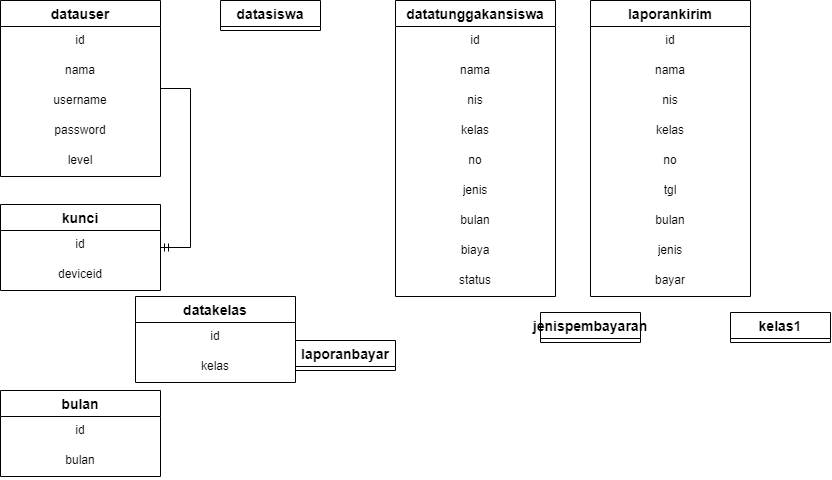
Above: ERD.drawio.png in Dityaren/Diagram (draw.io), before the change. Source tidied: cells renumbered, new cells last; positions are measured from the earlier drawing's top-left corner, leaving out a move shared by most shapes. Its diagram source:
```xml
<mxGraphModel>
  <root>
    <mxCell id="0" />
    <mxCell id="1" parent="0" />
    <mxCell id="2" value="datauser" style="swimlane;fontStyle=1;horizontal=1;startSize=26;align=center;fontSize=14;" parent="1" vertex="1">
      <mxGeometry width="160" height="176" as="geometry" />
    </mxCell>
    <mxCell id="3" value="id" style="text;strokeColor=none;fillColor=none;spacingLeft=4;spacingRight=4;overflow=hidden;fontSize=12;align=center;" parent="2" vertex="1">
      <mxGeometry y="26" width="160" height="30" as="geometry" />
    </mxCell>
    <mxCell id="4" value="nama" style="text;strokeColor=none;fillColor=none;spacingLeft=4;spacingRight=4;overflow=hidden;fontSize=12;align=center;" parent="2" vertex="1">
      <mxGeometry y="56" width="160" height="30" as="geometry" />
    </mxCell>
    <mxCell id="5" value="username" style="text;strokeColor=none;fillColor=none;spacingLeft=4;spacingRight=4;overflow=hidden;points=[[0,0.5],[1,0.5]];portConstraint=eastwest;fontSize=12;align=center;" parent="2" vertex="1">
      <mxGeometry y="86" width="160" height="30" as="geometry" />
    </mxCell>
    <mxCell id="6" value="password" style="text;strokeColor=none;fillColor=none;spacingLeft=4;spacingRight=4;overflow=hidden;fontSize=12;align=center;" parent="2" vertex="1">
      <mxGeometry y="116" width="160" height="30" as="geometry" />
    </mxCell>
    <mxCell id="7" value="level" style="text;strokeColor=none;fillColor=none;spacingLeft=4;spacingRight=4;overflow=hidden;fontSize=12;align=center;" parent="2" vertex="1">
      <mxGeometry y="146" width="160" height="30" as="geometry" />
    </mxCell>
    <mxCell id="8" value="kunci" style="swimlane;fontStyle=1;horizontal=1;startSize=26;align=center;fontSize=14;" parent="1" vertex="1">
      <mxGeometry y="204" width="160" height="86" as="geometry" />
    </mxCell>
    <mxCell id="9" value="id" style="text;strokeColor=none;fillColor=none;spacingLeft=4;spacingRight=4;overflow=hidden;fontSize=12;align=center;" parent="8" vertex="1">
      <mxGeometry y="26" width="160" height="30" as="geometry" />
    </mxCell>
    <mxCell id="10" value="deviceid" style="text;strokeColor=none;fillColor=none;spacingLeft=4;spacingRight=4;overflow=hidden;fontSize=12;align=center;" parent="8" vertex="1">
      <mxGeometry y="56" width="160" height="30" as="geometry" />
    </mxCell>
    <mxCell id="11" value="datakelas" style="swimlane;fontStyle=1;horizontal=1;startSize=26;align=center;fontSize=14;" parent="1" vertex="1">
      <mxGeometry x="135" y="296" width="160" height="86" as="geometry" />
    </mxCell>
    <mxCell id="12" value="id" style="text;strokeColor=none;fillColor=none;spacingLeft=4;spacingRight=4;overflow=hidden;fontSize=12;align=center;" parent="11" vertex="1">
      <mxGeometry y="26" width="160" height="30" as="geometry" />
    </mxCell>
    <mxCell id="13" value="kelas" style="text;strokeColor=none;fillColor=none;spacingLeft=4;spacingRight=4;overflow=hidden;points=[[0,0.5],[1,0.5]];portConstraint=eastwest;fontSize=12;align=center;" parent="11" vertex="1">
      <mxGeometry y="56" width="160" height="30" as="geometry" />
    </mxCell>
    <mxCell id="14" value="bulan" style="swimlane;fontStyle=1;horizontal=1;startSize=26;align=center;fontSize=14;" parent="1" vertex="1">
      <mxGeometry y="390" width="160" height="86" as="geometry" />
    </mxCell>
    <mxCell id="15" value="id" style="text;strokeColor=none;fillColor=none;spacingLeft=4;spacingRight=4;overflow=hidden;fontSize=12;align=center;" parent="14" vertex="1">
      <mxGeometry y="26" width="160" height="30" as="geometry" />
    </mxCell>
    <mxCell id="16" value="bulan" style="text;strokeColor=none;fillColor=none;spacingLeft=4;spacingRight=4;overflow=hidden;fontSize=12;align=center;" parent="14" vertex="1">
      <mxGeometry y="56" width="160" height="30" as="geometry" />
    </mxCell>
    <mxCell id="17" value="datasiswa" style="swimlane;fontStyle=1;horizontal=1;startSize=26;align=center;fontSize=14;" parent="1" vertex="1" collapsed="1">
      <mxGeometry x="220" width="100" height="30" as="geometry" />
    </mxCell>
    <mxCell id="18" value="laporanbayar" style="swimlane;fontStyle=1;horizontal=1;startSize=26;align=center;fontSize=14;" parent="1" vertex="1" collapsed="1">
      <mxGeometry x="295" y="340" width="100" height="30" as="geometry" />
    </mxCell>
    <mxCell id="19" value="laporankirim" style="swimlane;fontStyle=1;horizontal=1;startSize=26;align=center;fontSize=14;" parent="1" vertex="1">
      <mxGeometry x="590" width="160" height="296" as="geometry" />
    </mxCell>
    <mxCell id="20" value="id" style="text;strokeColor=none;fillColor=none;spacingLeft=4;spacingRight=4;overflow=hidden;fontSize=12;align=center;" parent="19" vertex="1">
      <mxGeometry y="26" width="160" height="30" as="geometry" />
    </mxCell>
    <mxCell id="21" value="nama" style="text;strokeColor=none;fillColor=none;spacingLeft=4;spacingRight=4;overflow=hidden;fontSize=12;align=center;" parent="19" vertex="1">
      <mxGeometry y="56" width="160" height="30" as="geometry" />
    </mxCell>
    <mxCell id="22" value="nis" style="text;strokeColor=none;fillColor=none;spacingLeft=4;spacingRight=4;overflow=hidden;fontSize=12;align=center;" parent="19" vertex="1">
      <mxGeometry y="86" width="160" height="30" as="geometry" />
    </mxCell>
    <mxCell id="23" value="kelas" style="text;strokeColor=none;fillColor=none;spacingLeft=4;spacingRight=4;overflow=hidden;fontSize=12;align=center;html=1;" parent="19" vertex="1">
      <mxGeometry y="116" width="160" height="30" as="geometry" />
    </mxCell>
    <mxCell id="24" value="no" style="text;strokeColor=none;fillColor=none;spacingLeft=4;spacingRight=4;overflow=hidden;fontSize=12;align=center;html=1;" parent="19" vertex="1">
      <mxGeometry y="146" width="160" height="30" as="geometry" />
    </mxCell>
    <mxCell id="25" value="tgl" style="text;strokeColor=none;fillColor=none;spacingLeft=4;spacingRight=4;overflow=hidden;fontSize=12;align=center;html=1;" parent="19" vertex="1">
      <mxGeometry y="176" width="160" height="30" as="geometry" />
    </mxCell>
    <mxCell id="26" value="bulan" style="text;strokeColor=none;fillColor=none;spacingLeft=4;spacingRight=4;overflow=hidden;fontSize=12;align=center;html=1;" parent="19" vertex="1">
      <mxGeometry y="206" width="160" height="30" as="geometry" />
    </mxCell>
    <mxCell id="27" value="jenis" style="text;strokeColor=none;fillColor=none;spacingLeft=4;spacingRight=4;overflow=hidden;fontSize=12;align=center;html=1;" parent="19" vertex="1">
      <mxGeometry y="236" width="160" height="30" as="geometry" />
    </mxCell>
    <mxCell id="28" value="bayar" style="text;strokeColor=none;fillColor=none;spacingLeft=4;spacingRight=4;overflow=hidden;fontSize=12;align=center;html=1;" parent="19" vertex="1">
      <mxGeometry y="266" width="160" height="30" as="geometry" />
    </mxCell>
    <mxCell id="29" value="kelas1" style="swimlane;fontStyle=1;horizontal=1;startSize=26;align=center;fontSize=14;" parent="1" vertex="1" collapsed="1">
      <mxGeometry x="730" y="312" width="100" height="30" as="geometry" />
    </mxCell>
    <mxCell id="30" value="datatunggakansiswa" style="swimlane;fontStyle=1;horizontal=1;startSize=26;align=center;fontSize=14;" parent="1" vertex="1">
      <mxGeometry x="395" width="160" height="296" as="geometry" />
    </mxCell>
    <mxCell id="31" value="id" style="text;strokeColor=none;fillColor=none;spacingLeft=4;spacingRight=4;overflow=hidden;fontSize=12;align=center;" parent="30" vertex="1">
      <mxGeometry y="26" width="160" height="30" as="geometry" />
    </mxCell>
    <mxCell id="32" value="nama" style="text;strokeColor=none;fillColor=none;spacingLeft=4;spacingRight=4;overflow=hidden;fontSize=12;align=center;" parent="30" vertex="1">
      <mxGeometry y="56" width="160" height="30" as="geometry" />
    </mxCell>
    <mxCell id="33" value="nis" style="text;strokeColor=none;fillColor=none;spacingLeft=4;spacingRight=4;overflow=hidden;fontSize=12;align=center;" parent="30" vertex="1">
      <mxGeometry y="86" width="160" height="30" as="geometry" />
    </mxCell>
    <mxCell id="34" value="kelas" style="text;strokeColor=none;fillColor=none;spacingLeft=4;spacingRight=4;overflow=hidden;fontSize=12;align=center;html=1;" parent="30" vertex="1">
      <mxGeometry y="116" width="160" height="30" as="geometry" />
    </mxCell>
    <mxCell id="35" value="no" style="text;strokeColor=none;fillColor=none;spacingLeft=4;spacingRight=4;overflow=hidden;fontSize=12;align=center;html=1;" parent="30" vertex="1">
      <mxGeometry y="146" width="160" height="30" as="geometry" />
    </mxCell>
    <mxCell id="36" value="jenis" style="text;strokeColor=none;fillColor=none;spacingLeft=4;spacingRight=4;overflow=hidden;fontSize=12;align=center;html=1;" parent="30" vertex="1">
      <mxGeometry y="176" width="160" height="30" as="geometry" />
    </mxCell>
    <mxCell id="37" value="bulan" style="text;strokeColor=none;fillColor=none;spacingLeft=4;spacingRight=4;overflow=hidden;fontSize=12;align=center;html=1;" parent="30" vertex="1">
      <mxGeometry y="206" width="160" height="30" as="geometry" />
    </mxCell>
    <mxCell id="38" value="biaya" style="text;strokeColor=none;fillColor=none;spacingLeft=4;spacingRight=4;overflow=hidden;fontSize=12;align=center;html=1;" parent="30" vertex="1">
      <mxGeometry y="236" width="160" height="30" as="geometry" />
    </mxCell>
    <mxCell id="39" value="status" style="text;strokeColor=none;fillColor=none;spacingLeft=4;spacingRight=4;overflow=hidden;fontSize=12;align=center;html=1;" parent="30" vertex="1">
      <mxGeometry y="266" width="160" height="30" as="geometry" />
    </mxCell>
    <mxCell id="40" value="jenispembayaran" style="swimlane;fontStyle=1;horizontal=1;startSize=26;align=center;fontSize=14;" parent="1" vertex="1" collapsed="1">
      <mxGeometry x="540" y="312" width="100" height="30" as="geometry" />
    </mxCell>
    <mxCell id="41" style="edgeStyle=entityRelationEdgeStyle;fontSize=12;html=1;endArrow=ERmandOne;rounded=0;spacing=8;" parent="1" edge="1" source="2" target="8">
      <mxGeometry relative="1" as="geometry" />
    </mxCell>
  </root>
</mxGraphModel>
```
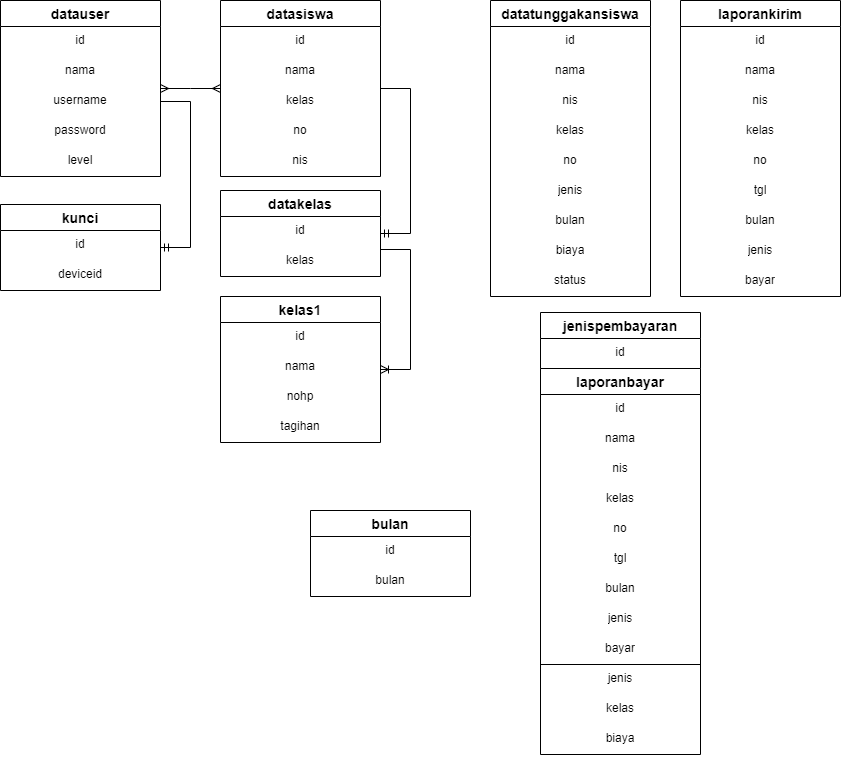
After the change.

Diff of the diagram source:
```diff
@@ -30,7 +30,7 @@
       <mxGeometry y="56" width="160" height="30" as="geometry" />
     </mxCell>
     <mxCell id="11" value="datakelas" style="swimlane;fontStyle=1;horizontal=1;startSize=26;align=center;fontSize=14;" parent="1" vertex="1">
-      <mxGeometry x="135" y="296" width="160" height="86" as="geometry" />
+      <mxGeometry x="220" y="190" width="160" height="86" as="geometry" />
     </mxCell>
     <mxCell id="12" value="id" style="text;strokeColor=none;fillColor=none;spacingLeft=4;spacingRight=4;overflow=hidden;fontSize=12;align=center;" parent="11" vertex="1">
       <mxGeometry y="26" width="160" height="30" as="geometry" />
@@ -39,7 +39,7 @@
       <mxGeometry y="56" width="160" height="30" as="geometry" />
     </mxCell>
     <mxCell id="14" value="bulan" style="swimlane;fontStyle=1;horizontal=1;startSize=26;align=center;fontSize=14;" parent="1" vertex="1">
-      <mxGeometry y="390" width="160" height="86" as="geometry" />
+      <mxGeometry x="310" y="510" width="160" height="86" as="geometry" />
     </mxCell>
     <mxCell id="15" value="id" style="text;strokeColor=none;fillColor=none;spacingLeft=4;spacingRight=4;overflow=hidden;fontSize=12;align=center;" parent="14" vertex="1">
       <mxGeometry y="26" width="160" height="30" as="geometry" />
@@ -47,14 +47,26 @@
     <mxCell id="16" value="bulan" style="text;strokeColor=none;fillColor=none;spacingLeft=4;spacingRight=4;overflow=hidden;fontSize=12;align=center;" parent="14" vertex="1">
       <mxGeometry y="56" width="160" height="30" as="geometry" />
     </mxCell>
-    <mxCell id="17" value="datasiswa" style="swimlane;fontStyle=1;horizontal=1;startSize=26;align=center;fontSize=14;" parent="1" vertex="1" collapsed="1">
-      <mxGeometry x="220" width="100" height="30" as="geometry" />
+    <mxCell id="17" value="datasiswa" style="swimlane;fontStyle=1;horizontal=1;startSize=26;align=center;fontSize=14;" parent="1" vertex="1">
+      <mxGeometry x="220" width="160" height="176" as="geometry" />
     </mxCell>
-    <mxCell id="18" value="laporanbayar" style="swimlane;fontStyle=1;horizontal=1;startSize=26;align=center;fontSize=14;" parent="1" vertex="1" collapsed="1">
-      <mxGeometry x="295" y="340" width="100" height="30" as="geometry" />
-    </mxCell>
+    <mxCell id="42" value="id" style="text;strokeColor=none;fillColor=none;spacingLeft=4;spacingRight=4;overflow=hidden;fontSize=12;align=center;" parent="17" vertex="1">
+      <mxGeometry y="26" width="160" height="30" as="geometry" />
+    </mxCell>
+    <mxCell id="43" value="nama" style="text;strokeColor=none;fillColor=none;spacingLeft=4;spacingRight=4;overflow=hidden;fontSize=12;align=center;" parent="17" vertex="1">
+      <mxGeometry y="56" width="160" height="30" as="geometry" />
+    </mxCell>
+    <mxCell id="44" value="kelas" style="text;strokeColor=none;fillColor=none;spacingLeft=4;spacingRight=4;overflow=hidden;fontSize=12;align=center;" parent="17" vertex="1">
+      <mxGeometry y="86" width="160" height="30" as="geometry" />
+    </mxCell>
+    <mxCell id="45" value="no" style="text;strokeColor=none;fillColor=none;spacingLeft=4;spacingRight=4;overflow=hidden;fontSize=12;align=center;html=1;" parent="17" vertex="1">
+      <mxGeometry y="116" width="160" height="30" as="geometry" />
+    </mxCell>
+    <mxCell id="46" value="nis" style="text;strokeColor=none;fillColor=none;spacingLeft=4;spacingRight=4;overflow=hidden;fontSize=12;align=center;html=1;" parent="17" vertex="1">
+      <mxGeometry y="146" width="160" height="30" as="geometry" />
+    </mxCell>
     <mxCell id="19" value="laporankirim" style="swimlane;fontStyle=1;horizontal=1;startSize=26;align=center;fontSize=14;" parent="1" vertex="1">
-      <mxGeometry x="590" width="160" height="296" as="geometry" />
+      <mxGeometry x="680" width="160" height="296" as="geometry" />
     </mxCell>
     <mxCell id="20" value="id" style="text;strokeColor=none;fillColor=none;spacingLeft=4;spacingRight=4;overflow=hidden;fontSize=12;align=center;" parent="19" vertex="1">
       <mxGeometry y="26" width="160" height="30" as="geometry" />
@@ -83,11 +95,23 @@
     <mxCell id="28" value="bayar" style="text;strokeColor=none;fillColor=none;spacingLeft=4;spacingRight=4;overflow=hidden;fontSize=12;align=center;html=1;" parent="19" vertex="1">
       <mxGeometry y="266" width="160" height="30" as="geometry" />
     </mxCell>
-    <mxCell id="29" value="kelas1" style="swimlane;fontStyle=1;horizontal=1;startSize=26;align=center;fontSize=14;" parent="1" vertex="1" collapsed="1">
-      <mxGeometry x="730" y="312" width="100" height="30" as="geometry" />
+    <mxCell id="29" value="kelas1" style="swimlane;fontStyle=1;horizontal=1;startSize=26;align=center;fontSize=14;" parent="1" vertex="1">
+      <mxGeometry x="220" y="296" width="160" height="146" as="geometry" />
     </mxCell>
+    <mxCell id="47" value="id" style="text;strokeColor=none;fillColor=none;spacingLeft=4;spacingRight=4;overflow=hidden;fontSize=12;align=center;" parent="29" vertex="1">
+      <mxGeometry y="26" width="160" height="30" as="geometry" />
+    </mxCell>
+    <mxCell id="48" value="nama" style="text;strokeColor=none;fillColor=none;spacingLeft=4;spacingRight=4;overflow=hidden;fontSize=12;align=center;" parent="29" vertex="1">
+      <mxGeometry y="56" width="160" height="30" as="geometry" />
+    </mxCell>
+    <mxCell id="49" value="nohp" style="text;strokeColor=none;fillColor=none;spacingLeft=4;spacingRight=4;overflow=hidden;fontSize=12;align=center;" parent="29" vertex="1">
+      <mxGeometry y="86" width="160" height="30" as="geometry" />
+    </mxCell>
+    <mxCell id="50" value="tagihan" style="text;strokeColor=none;fillColor=none;spacingLeft=4;spacingRight=4;overflow=hidden;fontSize=12;align=center;" parent="29" vertex="1">
+      <mxGeometry y="116" width="160" height="30" as="geometry" />
+    </mxCell>
     <mxCell id="30" value="datatunggakansiswa" style="swimlane;fontStyle=1;horizontal=1;startSize=26;align=center;fontSize=14;" parent="1" vertex="1">
-      <mxGeometry x="395" width="160" height="296" as="geometry" />
+      <mxGeometry x="490" width="160" height="296" as="geometry" />
     </mxCell>
     <mxCell id="31" value="id" style="text;strokeColor=none;fillColor=none;spacingLeft=4;spacingRight=4;overflow=hidden;fontSize=12;align=center;" parent="30" vertex="1">
       <mxGeometry y="26" width="160" height="30" as="geometry" />
@@ -116,11 +140,62 @@
     <mxCell id="39" value="status" style="text;strokeColor=none;fillColor=none;spacingLeft=4;spacingRight=4;overflow=hidden;fontSize=12;align=center;html=1;" parent="30" vertex="1">
       <mxGeometry y="266" width="160" height="30" as="geometry" />
     </mxCell>
-    <mxCell id="40" value="jenispembayaran" style="swimlane;fontStyle=1;horizontal=1;startSize=26;align=center;fontSize=14;" parent="1" vertex="1" collapsed="1">
-      <mxGeometry x="540" y="312" width="100" height="30" as="geometry" />
+    <mxCell id="40" value="jenispembayaran" style="swimlane;fontStyle=1;horizontal=1;startSize=26;align=center;fontSize=14;" parent="1" vertex="1">
+      <mxGeometry x="540" y="312" width="160" height="442" as="geometry" />
     </mxCell>
+    <mxCell id="51" value="id" style="text;strokeColor=none;fillColor=none;spacingLeft=4;spacingRight=4;overflow=hidden;fontSize=12;align=center;" parent="40" vertex="1">
+      <mxGeometry y="26" width="160" height="30" as="geometry" />
+    </mxCell>
+    <mxCell id="18" value="laporanbayar" style="swimlane;fontStyle=1;horizontal=1;startSize=26;align=center;fontSize=14;" parent="40" vertex="1">
+      <mxGeometry y="56" width="160" height="296" as="geometry" />
+    </mxCell>
+    <mxCell id="52" value="id" style="text;strokeColor=none;fillColor=none;spacingLeft=4;spacingRight=4;overflow=hidden;fontSize=12;align=center;" parent="18" vertex="1">
+      <mxGeometry y="26" width="160" height="30" as="geometry" />
+    </mxCell>
+    <mxCell id="53" value="nama" style="text;strokeColor=none;fillColor=none;spacingLeft=4;spacingRight=4;overflow=hidden;fontSize=12;align=center;" parent="18" vertex="1">
+      <mxGeometry y="56" width="160" height="30" as="geometry" />
+    </mxCell>
+    <mxCell id="54" value="nis" style="text;strokeColor=none;fillColor=none;spacingLeft=4;spacingRight=4;overflow=hidden;fontSize=12;align=center;" parent="18" vertex="1">
+      <mxGeometry y="86" width="160" height="30" as="geometry" />
+    </mxCell>
+    <mxCell id="55" value="kelas" style="text;strokeColor=none;fillColor=none;spacingLeft=4;spacingRight=4;overflow=hidden;fontSize=12;align=center;html=1;" parent="18" vertex="1">
+      <mxGeometry y="116" width="160" height="30" as="geometry" />
+    </mxCell>
+    <mxCell id="56" value="no" style="text;strokeColor=none;fillColor=none;spacingLeft=4;spacingRight=4;overflow=hidden;fontSize=12;align=center;html=1;" parent="18" vertex="1">
+      <mxGeometry y="146" width="160" height="30" as="geometry" />
+    </mxCell>
+    <mxCell id="57" value="tgl" style="text;strokeColor=none;fillColor=none;spacingLeft=4;spacingRight=4;overflow=hidden;fontSize=12;align=center;html=1;" parent="18" vertex="1">
+      <mxGeometry y="176" width="160" height="30" as="geometry" />
+    </mxCell>
+    <mxCell id="58" value="bulan" style="text;strokeColor=none;fillColor=none;spacingLeft=4;spacingRight=4;overflow=hidden;fontSize=12;align=center;html=1;" parent="18" vertex="1">
+      <mxGeometry y="206" width="160" height="30" as="geometry" />
+    </mxCell>
+    <mxCell id="59" value="jenis" style="text;strokeColor=none;fillColor=none;spacingLeft=4;spacingRight=4;overflow=hidden;fontSize=12;align=center;html=1;" parent="18" vertex="1">
+      <mxGeometry y="236" width="160" height="30" as="geometry" />
+    </mxCell>
+    <mxCell id="60" value="bayar" style="text;strokeColor=none;fillColor=none;spacingLeft=4;spacingRight=4;overflow=hidden;fontSize=12;align=center;html=1;" parent="18" vertex="1">
+      <mxGeometry y="266" width="160" height="30" as="geometry" />
+    </mxCell>
+    <mxCell id="61" value="jenis" style="text;strokeColor=none;fillColor=none;spacingLeft=4;spacingRight=4;overflow=hidden;fontSize=12;align=center;" parent="40" vertex="1">
+      <mxGeometry y="352" width="160" height="30" as="geometry" />
+    </mxCell>
+    <mxCell id="62" value="kelas" style="text;strokeColor=none;fillColor=none;spacingLeft=4;spacingRight=4;overflow=hidden;fontSize=12;align=center;" parent="40" vertex="1">
+      <mxGeometry y="382" width="160" height="30" as="geometry" />
+    </mxCell>
+    <mxCell id="63" value="biaya" style="text;strokeColor=none;fillColor=none;spacingLeft=4;spacingRight=4;overflow=hidden;fontSize=12;align=center;" parent="40" vertex="1">
+      <mxGeometry y="412" width="160" height="30" as="geometry" />
+    </mxCell>
-    <mxCell id="41" style="edgeStyle=entityRelationEdgeStyle;fontSize=12;html=1;endArrow=ERmandOne;rounded=0;spacing=8;" parent="1" edge="1" source="2" target="8">
+    <mxCell id="41" style="edgeStyle=entityRelationEdgeStyle;fontSize=12;html=1;endArrow=ERmandOne;rounded=0;spacing=8;exitX=1;exitY=0.5;exitDx=0;exitDy=0;" parent="1" edge="1" source="5" target="8">
       <mxGeometry relative="1" as="geometry" />
     </mxCell>
+    <mxCell id="64" style="edgeStyle=entityRelationEdgeStyle;fontSize=12;html=1;endArrow=ERmandOne;rounded=0;" parent="1" edge="1" source="17" target="11">
+      <mxGeometry relative="1" as="geometry" />
+    </mxCell>
+    <mxCell id="65" style="edgeStyle=entityRelationEdgeStyle;fontSize=12;html=1;endArrow=ERmany;startArrow=ERmany;rounded=0;" parent="1" edge="1" source="2" target="17">
+      <mxGeometry relative="1" as="geometry" />
+    </mxCell>
+    <mxCell id="66" style="edgeStyle=entityRelationEdgeStyle;fontSize=12;html=1;endArrow=ERoneToMany;rounded=0;exitX=1;exitY=0.1;exitDx=0;exitDy=0;exitPerimeter=0;" parent="1" edge="1" source="13" target="29">
+      <mxGeometry relative="1" as="geometry" />
+    </mxCell>
   </root>
 </mxGraphModel>
```
